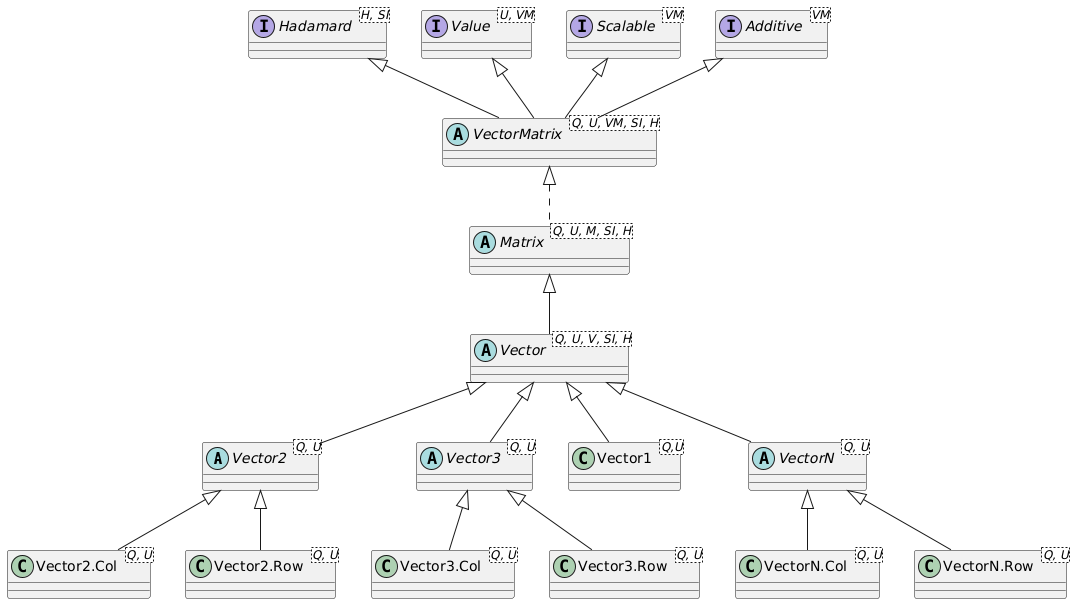
Above: docs/images/vector.png in averbraeck/djunits (PlantUML), before the change.
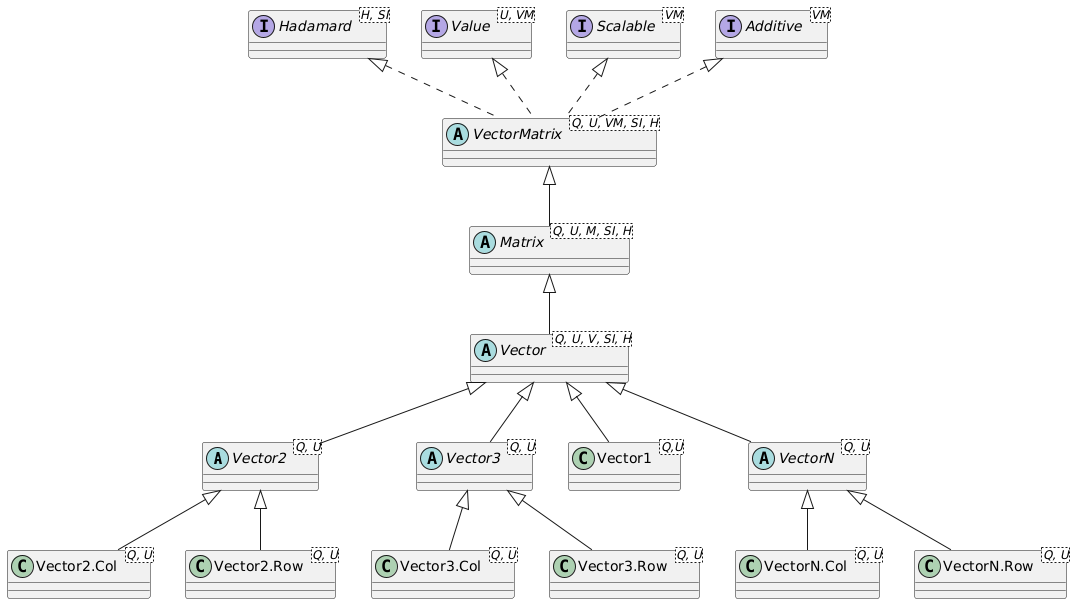
Later version of the same file.

Diff of the diagram source:
```diff
@@ -19,12 +19,12 @@
 interface Scalable<VM>
 interface Additive<VM>
 
-Value <|-- VectorMatrix
-Scalable <|-- VectorMatrix
-Additive <|-- VectorMatrix
-Hadamard <|-- VectorMatrix
+Value <|.. VectorMatrix
+Scalable <|.. VectorMatrix
+Additive <|.. VectorMatrix
+Hadamard <|.. VectorMatrix
 
-VectorMatrix <|.. Matrix
+VectorMatrix <|-- Matrix
 
 Matrix <|-- Vector
 Vector <|-- Vector1
```
